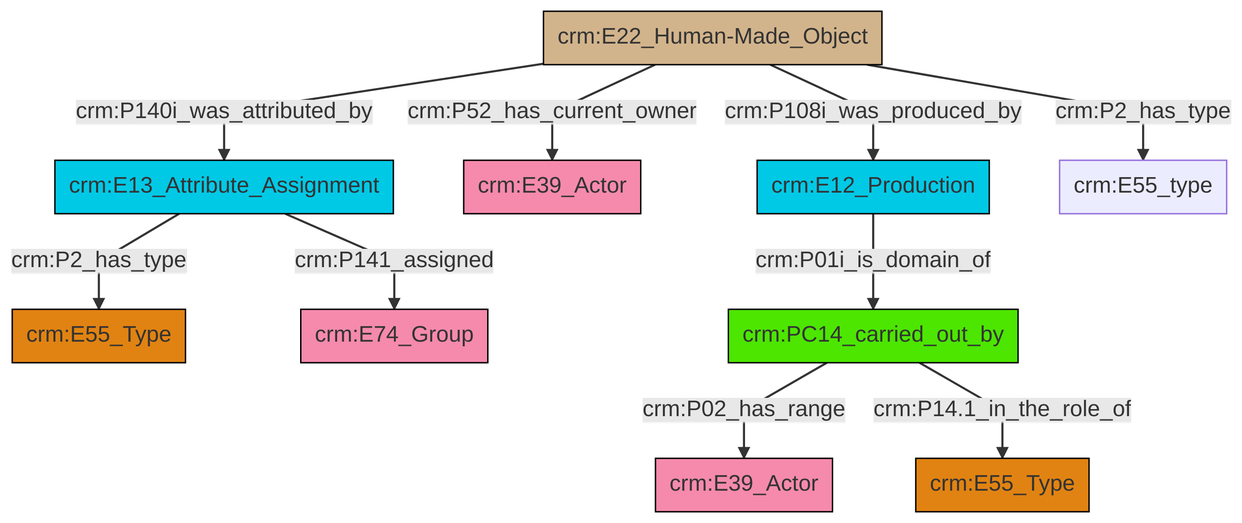
swiss-art-research-net/reference-data-models keeps this Mermaid diagram as et/builtWorkCSV/ttl/mmd/png/Built_Work_actor_relations.png. Above is the earlier version. Its source is kept beside it as et/builtWorkCSV/ttl/mmd/Built_Work_actor_relations.ttl.mmd.
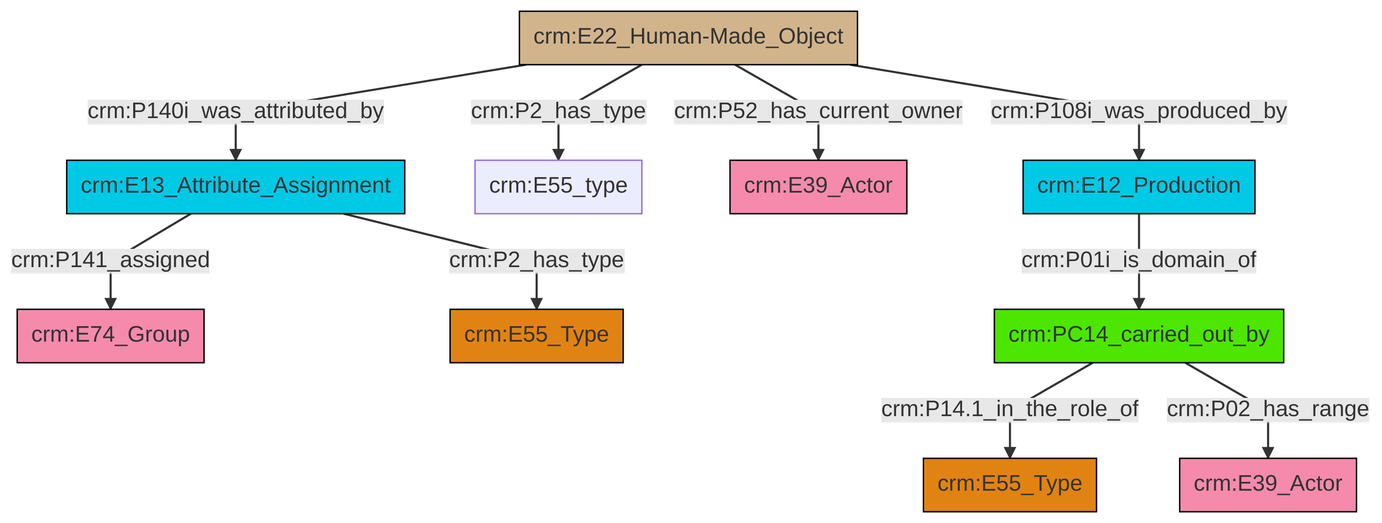
The same file after the commit.

Diff of the diagram source:
```diff
@@ -13,12 +13,12 @@
 classDef PC_Classes fill:#4ce600, stroke:#000000;
 classDef Multi fill:#cccccc,stroke:#000000;
 
-4["crm:E22_Human-Made_Object"]:::Physical_Thing -->|crm:P140i_was_attributed_by| 5["crm:E13_Attribute_Assignment"]:::Temporal_Entity
-4["crm:E22_Human-Made_Object"]:::Physical_Thing -->|crm:P52_has_current_owner| 0["crm:E39_Actor"]:::Actor
-5["crm:E13_Attribute_Assignment"]:::Temporal_Entity -->|crm:P2_has_type| 6["crm:E55_Type"]:::Type
-7["crm:E12_Production"]:::Temporal_Entity -->|crm:P01i_is_domain_of| 8["crm:PC14_carried_out_by"]:::PC_Classes
-4["crm:E22_Human-Made_Object"]:::Physical_Thing -->|crm:P108i_was_produced_by| 7["crm:E12_Production"]:::Temporal_Entity
-8["crm:PC14_carried_out_by"]:::PC_Classes -->|crm:P02_has_range| 11["crm:E39_Actor"]:::Actor
-4["crm:E22_Human-Made_Object"]:::Physical_Thing -->|crm:P2_has_type| 2["crm:E55_type"]:::Default
-5["crm:E13_Attribute_Assignment"]:::Temporal_Entity -->|crm:P141_assigned| 15["crm:E74_Group"]:::Actor
-8["crm:PC14_carried_out_by"]:::PC_Classes -->|crm:P14.1_in_the_role_of| 9["crm:E55_Type"]:::Type
+2["crm:E22_Human-Made_Object"]:::Physical_Thing -->|crm:P140i_was_attributed_by| 3["crm:E13_Attribute_Assignment"]:::Temporal_Entity
+4["crm:PC14_carried_out_by"]:::PC_Classes -->|crm:P14.1_in_the_role_of| 9["crm:E55_Type"]:::Type
+2["crm:E22_Human-Made_Object"]:::Physical_Thing -->|crm:P2_has_type| 6["crm:E55_type"]:::Default
+4["crm:PC14_carried_out_by"]:::PC_Classes -->|crm:P02_has_range| 12["crm:E39_Actor"]:::Actor
+2["crm:E22_Human-Made_Object"]:::Physical_Thing -->|crm:P52_has_current_owner| 13["crm:E39_Actor"]:::Actor
+3["crm:E13_Attribute_Assignment"]:::Temporal_Entity -->|crm:P141_assigned| 0["crm:E74_Group"]:::Actor
+15["crm:E12_Production"]:::Temporal_Entity -->|crm:P01i_is_domain_of| 4["crm:PC14_carried_out_by"]:::PC_Classes
+3["crm:E13_Attribute_Assignment"]:::Temporal_Entity -->|crm:P2_has_type| 10["crm:E55_Type"]:::Type
+2["crm:E22_Human-Made_Object"]:::Physical_Thing -->|crm:P108i_was_produced_by| 15["crm:E12_Production"]:::Temporal_Entity
```
